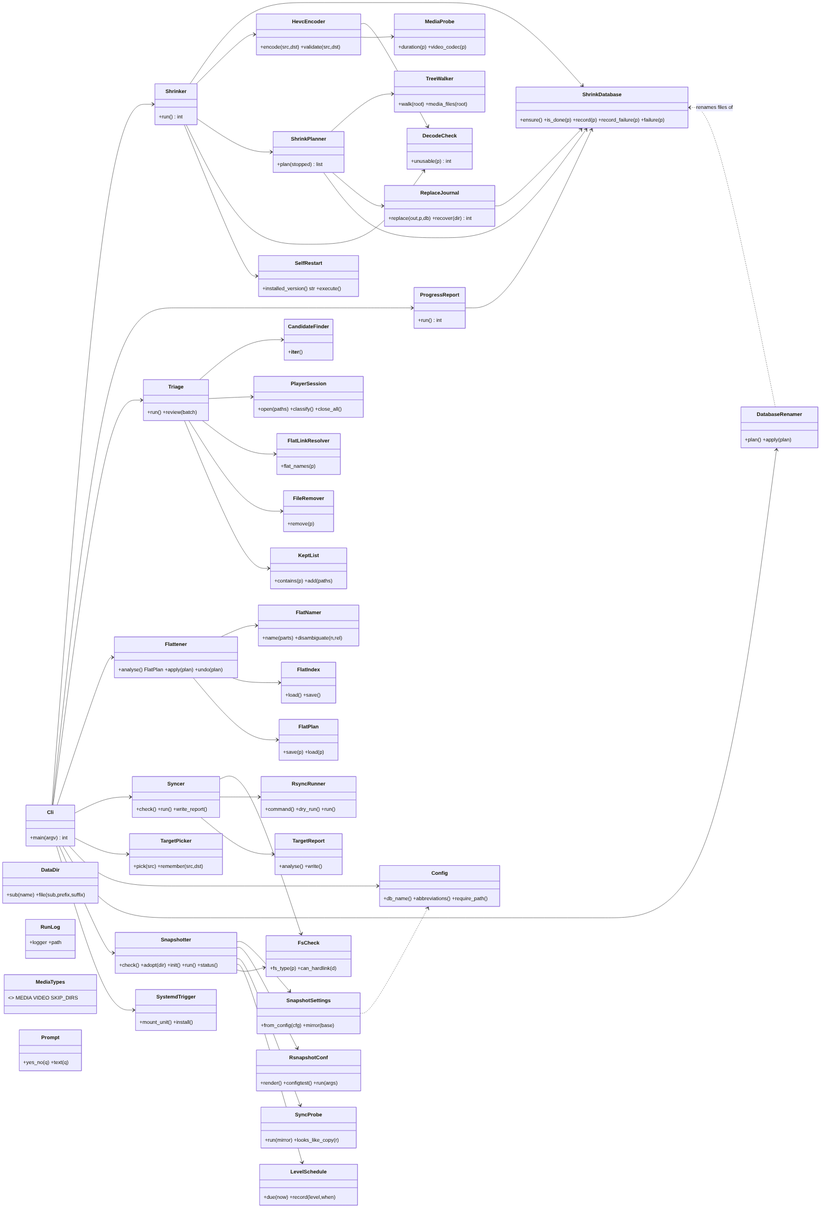
Earlier version of the Mermaid export docs/img/classes.png (peddanet/mediatools). Its source is kept beside it as docs/img/classes.mmd.
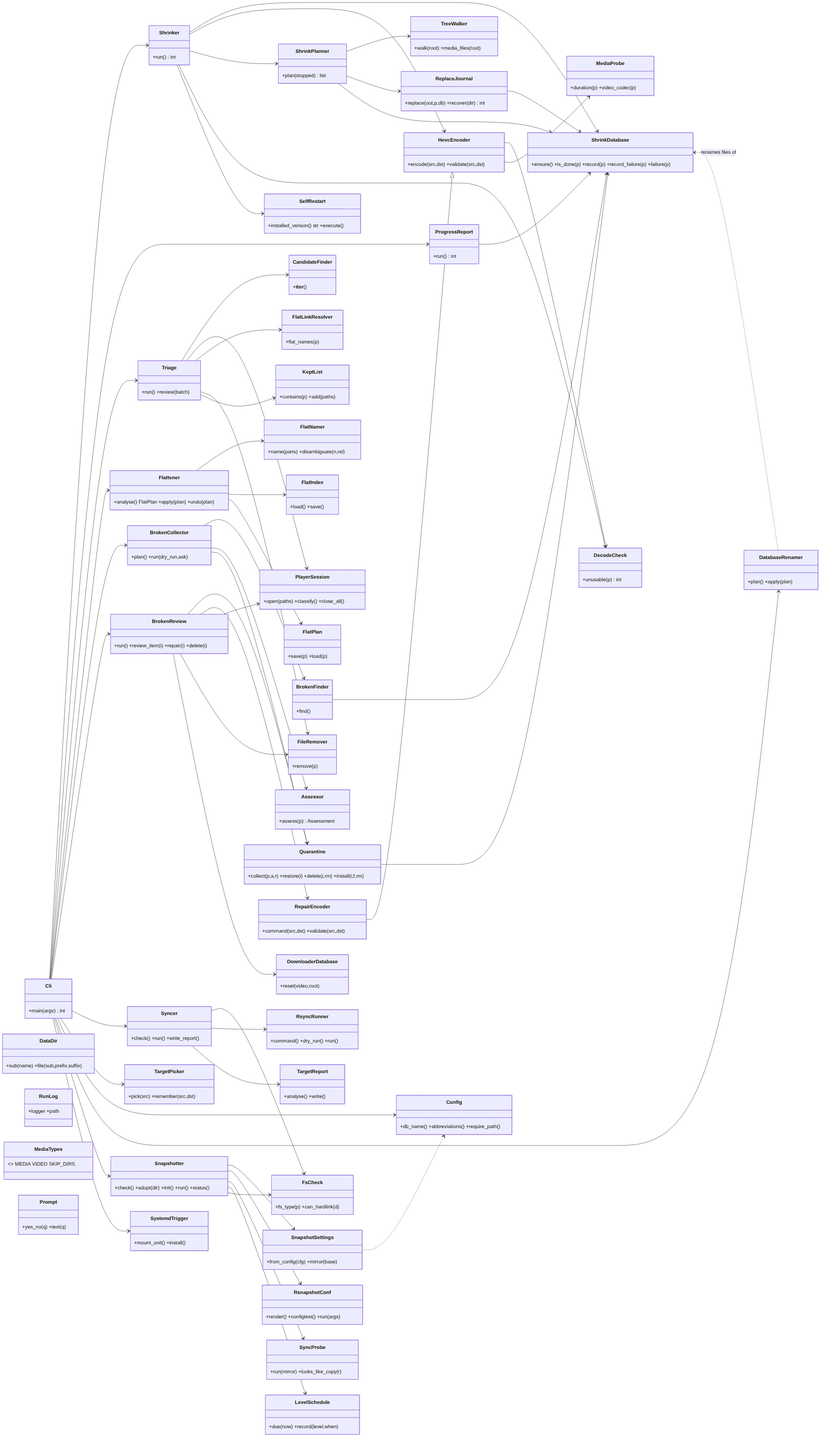
The same file after the commit.

Change to the diagram source:
```diff
@@ -23,6 +23,13 @@
   class FlatLinkResolver { +flat_names(p) }
   class FileRemover { +remove(p) }
   class KeptList { +contains(p) +add(paths) }
+  class BrokenCollector { +plan() +run(dry_run,ask) }
+  class BrokenFinder { +find() }
+  class Assessor { +assess(p) Assessment }
+  class Quarantine { +collect(p,a,r) +restore(i) +delete(i,rm) +install(i,f,rm) }
+  class BrokenReview { +run() +review_item(i) +repair(i) +delete(i) }
+  class RepairEncoder { +command(src,dst) +validate(src,dst) }
+  class DownloaderDatabase { +reset(video,root) }
   class Flattener { +analyse() FlatPlan +apply(plan) +undo(plan) }
   class FlatNamer { +name(parts) +disambiguate(n,rel) }
   class FlatIndex { +load() +save() }
@@ -42,6 +49,19 @@
   Cli --> ProgressReport
   Cli --> Triage
   Cli --> Flattener
+  Cli --> BrokenCollector
+  Cli --> BrokenReview
+  BrokenCollector --> BrokenFinder
+  BrokenCollector --> Assessor
+  BrokenCollector --> Quarantine
+  BrokenFinder --> ShrinkDatabase
+  Quarantine --> ShrinkDatabase
+  BrokenReview --> Quarantine
+  BrokenReview --> RepairEncoder
+  BrokenReview --> PlayerSession
+  BrokenReview --> FileRemover
+  BrokenReview --> DownloaderDatabase
+  RepairEncoder --|> HevcEncoder
   Cli --> Syncer
   Shrinker --> ShrinkDatabase
   Shrinker --> HevcEncoder
```
